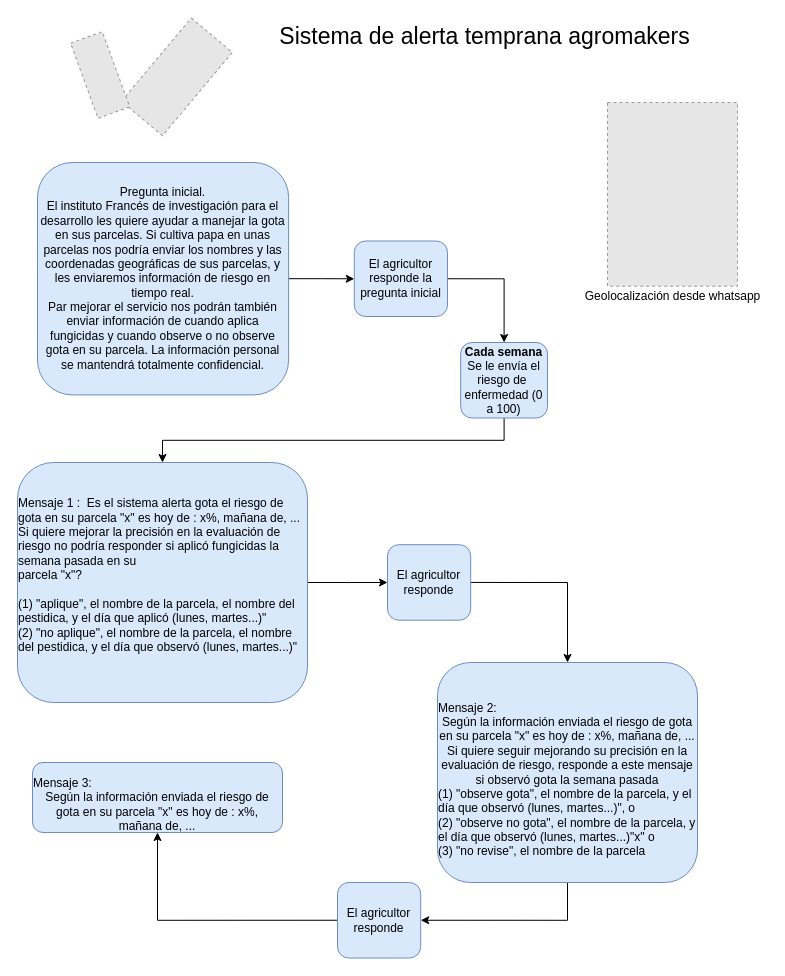
This is AlertaGota.drawio from stdupas/agromakersPorVoz, a draw.io file, before an edit. Source tidied: cells renumbered, new cells numbered last; positions are measured from the earlier drawing's top-left corner, leaving out a move shared by most shapes. Both pictures are drawn from the tidied source at 100%, with x=0, y=0 at pixel (17, 22). Pictures stored in the file or linked from it are replaced by grey dashed boxes.
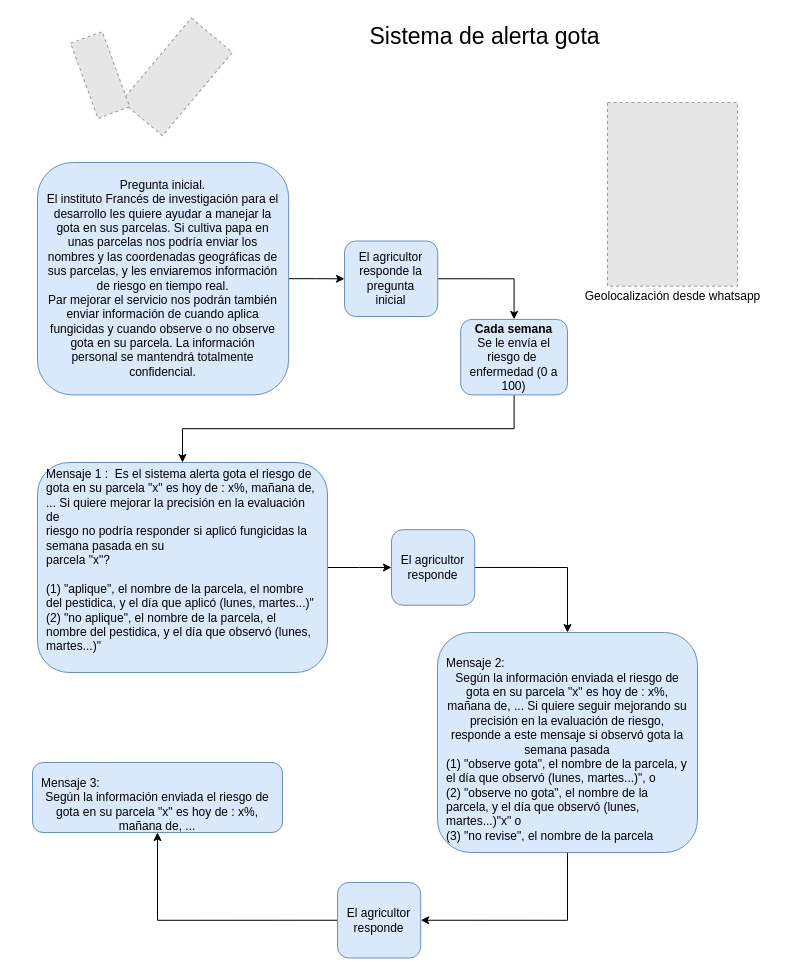
The same diagram, later.

What changed in the source:
```diff
@@
-    <mxCell id="5" value="&lt;font style=&quot;font-size: 23px&quot;&gt;Sistema de alerta temprana agromakers&lt;br&gt;&lt;/font&gt;" style="text;html=1;align=center;verticalAlign=middle;" parent="1" vertex="1">
-      <mxGeometry x="251.8" y="3.7" width="430" height="20" as="geometry" />
+    <mxCell id="5" value="&lt;font style=&quot;font-size: 23px&quot;&gt;Sistema de alerta gota&lt;br&gt;&lt;/font&gt;" style="text;html=1;align=center;verticalAlign=middle;" parent="1" vertex="1">
+      <mxGeometry x="341.8" y="3.7" width="250" height="20" as="geometry" />
     </mxCell>
@@
-    <mxCell id="9" value="El agricultor responde la pregunta inicial" style="rounded=1;whiteSpace=wrap;html=1;fillColor=#dae8fc;strokeColor=#6c8ebf;" parent="1" vertex="1">
-      <mxGeometry x="336.8" y="218.5" width="93.2" height="75.5" as="geometry" />
+    <mxCell id="9" value="El agricultor responde la pregunta inicial" style="rounded=1;whiteSpace=wrap;html=1;fillColor=#dae8fc;strokeColor=#6c8ebf;spacingRight=8;spacingLeft=8;spacingBottom=8;spacingTop=8;" parent="1" vertex="1">
+      <mxGeometry x="327" y="218.5" width="93.2" height="75.5" as="geometry" />
     </mxCell>
-    <mxCell id="10" value="&lt;div&gt;Pregunta inicial. &lt;br&gt;&lt;/div&gt;&lt;div&gt;El instituto Francés de investigación para el desarrollo les quiere ayudar a manejar la gota en sus parcelas. Si cultiva papa en unas parcelas nos podría enviar los nombres y las coordenadas geográficas de sus parcelas, y les enviaremos información de riesgo en tiempo real. &lt;br&gt;&lt;/div&gt;&lt;div&gt;Par mejorar el servicio nos podrán también enviar información de cuando aplica fungicidas y cuando observe o no observe gota en su parcela. La información personal se mantendrá totalmente confidencial. &lt;br&gt;&lt;/div&gt;" style="rounded=1;whiteSpace=wrap;html=1;fillColor=#dae8fc;strokeColor=#6c8ebf;" parent="1" vertex="1">
+    <mxCell id="10" value="&lt;div&gt;Pregunta inicial. &lt;br&gt;&lt;/div&gt;&lt;div&gt;El instituto Francés de investigación para el desarrollo les quiere ayudar a manejar la gota en sus parcelas. Si cultiva papa en unas parcelas nos podría enviar los nombres y las coordenadas geográficas de sus parcelas, y les enviaremos información de riesgo en tiempo real. &lt;br&gt;&lt;/div&gt;&lt;div&gt;Par mejorar el servicio nos podrán también enviar información de cuando aplica fungicidas y cuando observe o no observe gota en su parcela. La información personal se mantendrá totalmente confidencial. &lt;br&gt;&lt;/div&gt;" style="rounded=1;whiteSpace=wrap;html=1;fillColor=#dae8fc;strokeColor=#6c8ebf;spacingRight=8;spacingLeft=8;spacingBottom=8;spacingTop=8;" parent="1" vertex="1">
       <mxGeometry x="20" y="140" width="251.1" height="232.4" as="geometry" />
     </mxCell>
@@
-    <mxCell id="13" value="&lt;div align=&quot;center&quot;&gt;&lt;br&gt;&lt;/div&gt;&lt;div align=&quot;left&quot;&gt;Mensaje 2:&amp;nbsp; &lt;br&gt;&lt;/div&gt;Según la información enviada el riesgo de gota en su parcela &quot;x&quot; es hoy de : x%, mañana de, ... Si quiere seguir mejorando su precisión en la evaluación de riesgo, responde a este mensaje si observó gota la semana pasada&lt;br&gt;&lt;div align=&quot;left&quot;&gt;(1) &quot;observe gota&quot;, el nombre de la parcela, y el día que observó (lunes, martes...)&quot;, o &lt;br&gt;&lt;/div&gt;&lt;div align=&quot;left&quot;&gt;(2) &quot;observe no gota&quot;, el nombre de la parcela, y el día que observó (lunes, martes...)&quot;x&quot; o &lt;br&gt;&lt;/div&gt;&lt;div align=&quot;left&quot;&gt;(3) &quot;no revise&quot;, el nombre de la parcela&lt;/div&gt;" style="rounded=1;whiteSpace=wrap;html=1;fillColor=#dae8fc;strokeColor=#6c8ebf;" parent="1" vertex="1">
-      <mxGeometry x="420" y="640" width="260" height="220" as="geometry" />
+    <mxCell id="13" value="&lt;div align=&quot;center&quot;&gt;&lt;br&gt;&lt;/div&gt;&lt;div align=&quot;left&quot;&gt;Mensaje 2:&amp;nbsp; &lt;br&gt;&lt;/div&gt;Según la información enviada el riesgo de gota en su parcela &quot;x&quot; es hoy de : x%, mañana de, ... Si quiere seguir mejorando su precisión en la evaluación de riesgo, responde a este mensaje si observó gota la semana pasada&lt;br&gt;&lt;div align=&quot;left&quot;&gt;(1) &quot;observe gota&quot;, el nombre de la parcela, y el día que observó (lunes, martes...)&quot;, o &lt;br&gt;&lt;/div&gt;&lt;div align=&quot;left&quot;&gt;(2) &quot;observe no gota&quot;, el nombre de la parcela, y el día que observó (lunes, martes...)&quot;x&quot; o &lt;br&gt;&lt;/div&gt;&lt;div align=&quot;left&quot;&gt;(3) &quot;no revise&quot;, el nombre de la parcela&lt;/div&gt;" style="rounded=1;whiteSpace=wrap;html=1;fillColor=#dae8fc;strokeColor=#6c8ebf;spacingRight=8;spacingLeft=8;spacingBottom=8;spacingTop=8;" parent="1" vertex="1">
+      <mxGeometry x="420" y="610" width="260" height="220" as="geometry" />
     </mxCell>
@@
-    <mxCell id="15" value="&lt;b&gt;Cada semana&lt;/b&gt; Se le envía el riesgo de&amp;nbsp; enfermedad (0 a 100)" style="rounded=1;whiteSpace=wrap;html=1;fillColor=#dae8fc;strokeColor=#6c8ebf;" parent="1" vertex="1">
-      <mxGeometry x="443.2" y="320" width="86.8" height="75.5" as="geometry" />
+    <mxCell id="15" value="&lt;b&gt;Cada semana&lt;/b&gt; Se le envía el riesgo de&amp;nbsp; enfermedad (0 a 100)" style="rounded=1;whiteSpace=wrap;html=1;fillColor=#dae8fc;strokeColor=#6c8ebf;spacingRight=8;spacingLeft=8;spacingBottom=8;spacingTop=8;" parent="1" vertex="1">
+      <mxGeometry x="443.2" y="296.9" width="106.8" height="75.5" as="geometry" />
     </mxCell>
@@
-    <mxCell id="17" value="&lt;div align=&quot;center&quot;&gt;&lt;br&gt;&lt;/div&gt;&lt;div align=&quot;left&quot;&gt;Mensaje 1 :&amp;nbsp; Es el sistema alerta gota el riesgo de gota en su parcela &quot;x&quot; es hoy de : x%, mañana de, ... Si quiere mejorar la precisión en la evaluación de &lt;br/&gt;riesgo no podría responder si aplicó fungicidas la semana pasada en su &lt;br/&gt;parcela &quot;x&quot;?&lt;br&gt;&lt;div align=&quot;left&quot;&gt;&lt;br&gt;&lt;/div&gt;&lt;div align=&quot;left&quot;&gt;(1) &quot;aplique&quot;, el nombre de la parcela, el nombre del pestidica, y el día que aplicó (lunes, martes...)&quot; &lt;br&gt;&lt;/div&gt;&lt;div align=&quot;left&quot;&gt;(2) &quot;no aplique&quot;, el nombre de la parcela, el nombre del pestidica, y el día que observó (lunes, martes...)&quot;&lt;/div&gt;&lt;/div&gt;&lt;div align=&quot;left&quot;&gt;&lt;br&gt;&lt;div align=&quot;left&quot;&gt;&lt;br&gt;&lt;/div&gt;&lt;/div&gt;" style="rounded=1;whiteSpace=wrap;html=1;fillColor=#dae8fc;strokeColor=#6c8ebf;" parent="1" vertex="1">
-      <mxGeometry y="440" width="290" height="240" as="geometry" />
+    <mxCell id="17" value="&lt;div align=&quot;center&quot;&gt;&lt;br&gt;&lt;/div&gt;&lt;div align=&quot;left&quot;&gt;Mensaje 1 :&amp;nbsp; Es el sistema alerta gota el riesgo de gota en su parcela &quot;x&quot; es hoy de : x%, mañana de, ... Si quiere mejorar la precisión en la evaluación de &lt;br/&gt;riesgo no podría responder si aplicó fungicidas la semana pasada en su &lt;br/&gt;parcela &quot;x&quot;?&lt;br&gt;&lt;div align=&quot;left&quot;&gt;&lt;br&gt;&lt;/div&gt;&lt;div align=&quot;left&quot;&gt;(1) &quot;aplique&quot;, el nombre de la parcela, el nombre del pestidica, y el día que aplicó (lunes, martes...)&quot; &lt;br&gt;&lt;/div&gt;&lt;div align=&quot;left&quot;&gt;(2) &quot;no aplique&quot;, el nombre de la parcela, el nombre del pestidica, y el día que observó (lunes, martes...)&quot;&lt;/div&gt;&lt;/div&gt;&lt;div align=&quot;left&quot;&gt;&lt;br&gt;&lt;div align=&quot;left&quot;&gt;&lt;br&gt;&lt;/div&gt;&lt;/div&gt;" style="rounded=1;whiteSpace=wrap;html=1;fillColor=#dae8fc;strokeColor=#6c8ebf;spacingRight=8;spacingLeft=8;spacingBottom=8;spacingTop=8;" parent="1" vertex="1">
+      <mxGeometry x="20" y="440" width="290" height="210" as="geometry" />
     </mxCell>
@@
-    <mxCell id="19" value="El agricultor responde " style="rounded=1;whiteSpace=wrap;html=1;fillColor=#dae8fc;strokeColor=#6c8ebf;" parent="1" vertex="1">
-      <mxGeometry x="370" y="522.2" width="83.2" height="75.5" as="geometry" />
+    <mxCell id="19" value="El agricultor responde " style="rounded=1;whiteSpace=wrap;html=1;fillColor=#dae8fc;strokeColor=#6c8ebf;spacingRight=8;spacingLeft=8;spacingBottom=8;spacingTop=8;" parent="1" vertex="1">
+      <mxGeometry x="374" y="507.2" width="83.2" height="75.5" as="geometry" />
     </mxCell>
-    <mxCell id="20" value="&lt;div align=&quot;center&quot;&gt;&lt;br&gt;&lt;/div&gt;&lt;div align=&quot;left&quot;&gt;Mensaje 3:&amp;nbsp; &lt;br&gt;&lt;/div&gt;Según la información enviada el riesgo de gota en su parcela &quot;x&quot; es hoy de : x%, mañana de, ... " style="rounded=1;whiteSpace=wrap;html=1;fillColor=#dae8fc;strokeColor=#6c8ebf;" parent="1" vertex="1">
+    <mxCell id="20" value="&lt;div align=&quot;center&quot;&gt;&lt;br&gt;&lt;/div&gt;&lt;div align=&quot;left&quot;&gt;Mensaje 3:&amp;nbsp; &lt;br&gt;&lt;/div&gt;Según la información enviada el riesgo de gota en su parcela &quot;x&quot; es hoy de : x%, mañana de, ... " style="rounded=1;whiteSpace=wrap;html=1;fillColor=#dae8fc;strokeColor=#6c8ebf;spacingRight=8;spacingLeft=8;spacingBottom=8;spacingTop=8;" parent="1" vertex="1">
       <mxGeometry x="15" y="740" width="250" height="70" as="geometry" />
     </mxCell>
-    <mxCell id="21" value="El agricultor responde " style="rounded=1;whiteSpace=wrap;html=1;fillColor=#dae8fc;strokeColor=#6c8ebf;" parent="1" vertex="1">
+    <mxCell id="21" value="El agricultor responde " style="rounded=1;whiteSpace=wrap;html=1;fillColor=#dae8fc;strokeColor=#6c8ebf;spacingRight=8;spacingLeft=8;spacingBottom=8;spacingTop=8;" parent="1" vertex="1">
       <mxGeometry x="320" y="860" width="83.2" height="75.5" as="geometry" />
     </mxCell>
```
